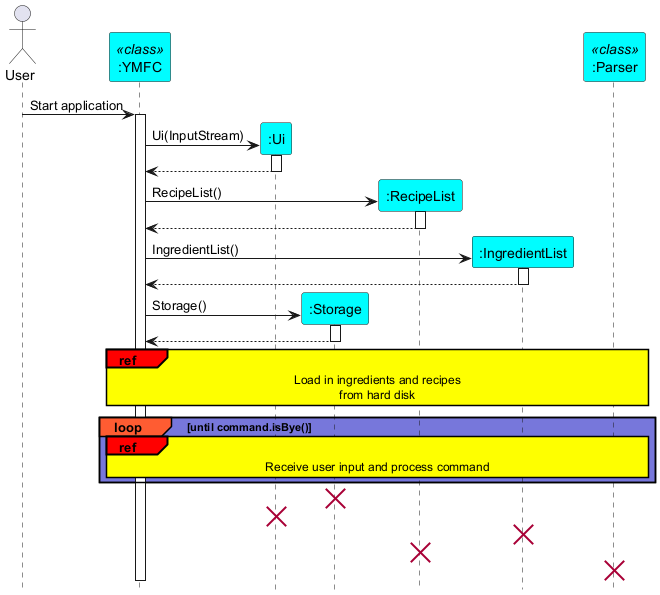
Before: docs/img/SequenceDiagrams/ApplicationStartUp.png, a diagram exported from PlantUML (nus-cs2113-AY2425S1/tp). Its source is kept beside it as docs/puml/SequenceDiagrams/ApplicationStartUp.puml. Source of this version:
```plantuml
@startuml
!include Style.puml
scale 1024*864

hide footbox
skinparam sequenceReferenceBackgroundColor COLOR_YELLOW
skinparam sequenceReferenceHeaderBackgroundColor COLOR_RED
skinparam ParticipantBackgroundColor COLOR_LIGHTBLUE
skinparam {
    SequenceGroupBackgroundColor COLOR_LIGHTRED
}

actor User
participant ":YMFC" as Main <<class>>
participant ":Ui" as UI
participant ":Storage" as S
participant ":RecipeList" as RL
participant ":IngredientList" as IL
participant ":Parser" as P <<class>>


User -> Main: Start application
activate Main

create UI
Main -> UI: Ui(InputStream)
activate UI
UI --> Main
deactivate UI

create RL
Main -> RL: RecipeList()
activate RL
RL --> Main
deactivate RL

create IL
Main -> IL: IngredientList()
activate IL
IL --> Main
deactivate IL

create S
Main -> S: Storage()
activate S
S --> Main
deactivate S

ref over Main, P
Load in ingredients and recipes
from hard disk
end ref

loop COLOR_PURPLE_BLUE until command.isBye()
    ref over Main, P
    Receive user input and process command
    end ref
end

destroy S
destroy UI
destroy IL
destroy RL
destroy P



@enduml
```
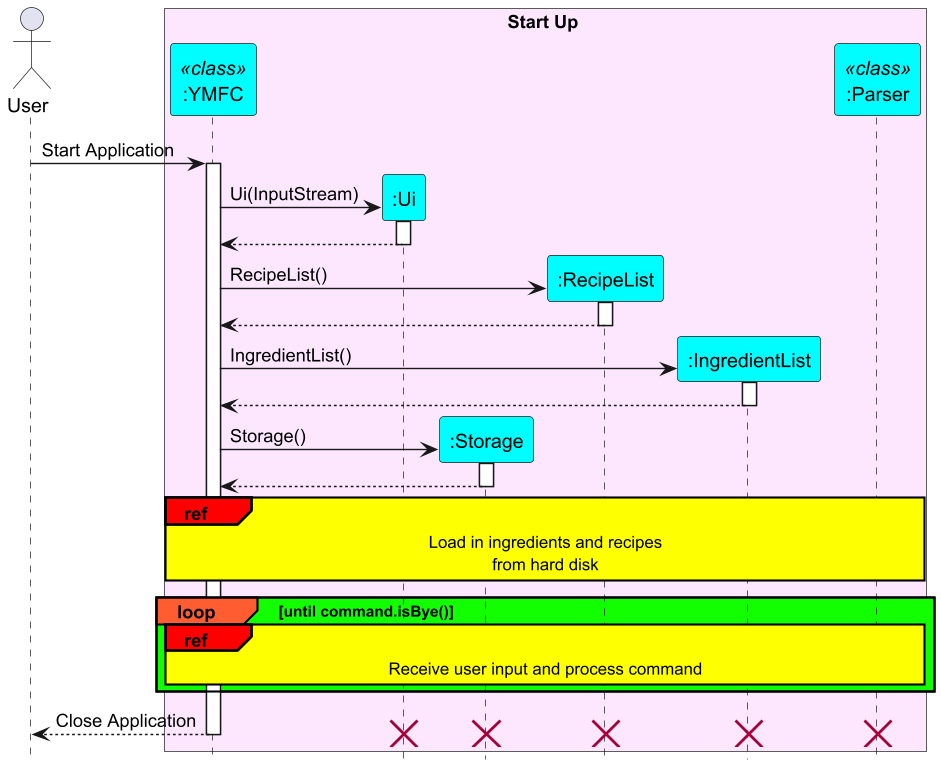
The same file after the commit.

The edit, as a diff of the source:
```diff
@@ -11,15 +11,16 @@
 }
 
 actor User
+box Start Up COLOR_PALE_PINK
 participant ":YMFC" as Main <<class>>
 participant ":Ui" as UI
 participant ":Storage" as S
 participant ":RecipeList" as RL
 participant ":IngredientList" as IL
 participant ":Parser" as P <<class>>
+end box
 
-
-User -> Main: Start application
+User -> Main: Start Application
 activate Main
 
 create UI
@@ -51,11 +52,14 @@
 from hard disk
 end ref
 
-loop COLOR_PURPLE_BLUE until command.isBye()
+loop COLOR_GREEN until command.isBye()
     ref over Main, P
     Receive user input and process command
     end ref
 end
+
+Main --> User: Close Application
+deactivate Main
 
 destroy S
 destroy UI
@@ -64,5 +68,4 @@
 destroy P
 
 
-
 @enduml
```
